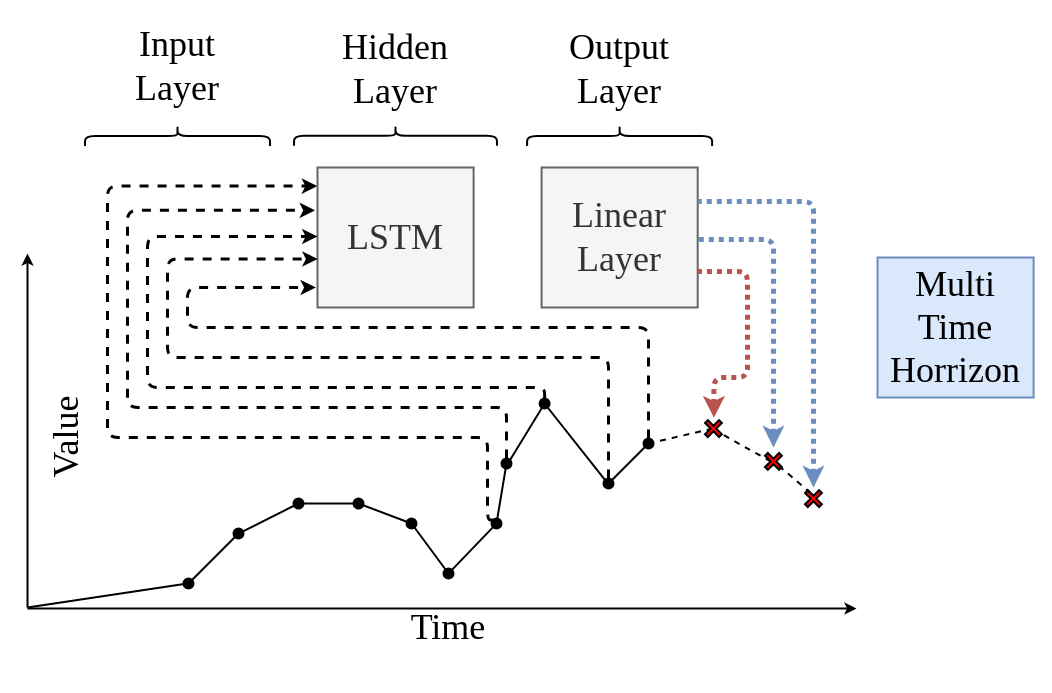
Above: akii/6_docu/model.drawio in OberMarco/OberMarco.github.io (draw.io), before the change. Source tidied: cells renumbered, new cells numbered last; positions are measured from the earlier drawing's top-left corner, leaving out a move shared by most shapes. Both pictures are drawn from the tidied source at 100%, with x=0, y=0 at pixel (-13, 17).
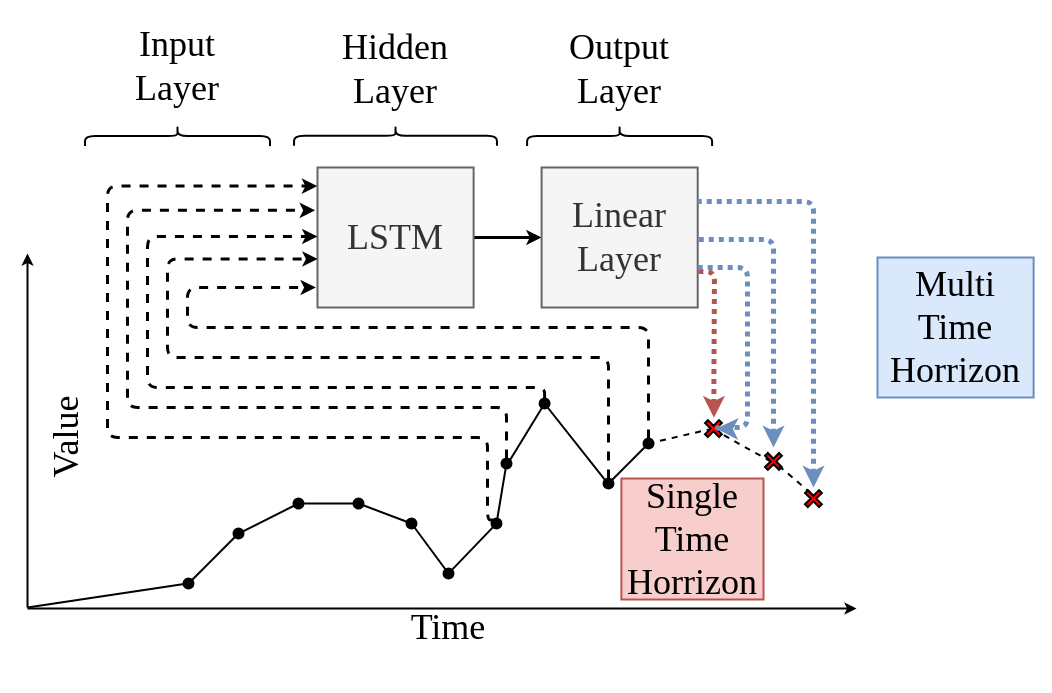
Above is the later version.

Unchanged cells that the change refers to:
```xml
<mxCell id="5" value="LSTM" style="text;align=center;verticalAlign=middle;rounded=0;fontFamily=Garamond;html=1;whiteSpace=wrap;fontSize=36;rotation=0;strokeWidth=2;fillColor=#f5f5f5;fontColor=#333333;strokeColor=#666666;" parent="1" vertex="1">
  <mxGeometry x="330" y="150" width="156.1" height="140" as="geometry" />
</mxCell>
<mxCell id="7" value="Linear Layer" style="text;align=center;verticalAlign=middle;rounded=0;fontFamily=Garamond;html=1;whiteSpace=wrap;fontSize=36;rotation=0;strokeWidth=2;fillColor=#f5f5f5;fontColor=#333333;strokeColor=#666666;" parent="1" vertex="1">
  <mxGeometry x="554.1" y="150" width="156.1" height="140" as="geometry" />
</mxCell>
<mxCell id="40" style="shape=cross;whiteSpace=wrap;html=1;rotation=-45;fillColor=#FF0000;fontFamily=Garamond;fontSize=36;strokeWidth=2;" parent="1" vertex="1">
  <mxGeometry x="716" y="401.2" width="19.9" height="19.8" as="geometry" />
</mxCell>
```

What changed in the source:
```diff
@@
+    <mxCell id="51" style="edgeStyle=none;html=1;strokeWidth=3;" parent="1" edge="1" source="5" target="7">
+      <mxGeometry relative="1" as="geometry" />
+    </mxCell>
@@
     <mxCell id="39" style="edgeStyle=orthogonalEdgeStyle;html=1;dashed=1;endArrow=none;endFill=0;startArrow=classic;startFill=1;strokeWidth=5;entryX=1;entryY=0.75;entryDx=0;entryDy=0;dashPattern=1 1;fillColor=#f8cecc;strokeColor=#b85450;exitX=0.9;exitY=0.132;exitDx=0;exitDy=0;exitPerimeter=0;" parent="1" edge="1" source="40">
       <mxGeometry relative="1" as="geometry">
         <mxPoint x="710.1" y="254" as="targetPoint" />
         <Array as="points">
-          <mxPoint x="726" y="360" />
-          <mxPoint x="760" y="360" />
-          <mxPoint x="760" y="254" />
+          <mxPoint x="727" y="360" />
+          <mxPoint x="727" y="360" />
+          <mxPoint x="727" y="254" />
         </Array>
       </mxGeometry>
     </mxCell>
@@
+    <mxCell id="52" value="Single Time Horrizon" style="text;align=center;verticalAlign=middle;rounded=0;fontFamily=Garamond;html=1;whiteSpace=wrap;fontSize=36;rotation=0;strokeWidth=2;fillColor=#f8cecc;strokeColor=#b85450;" parent="1" vertex="1">
+      <mxGeometry x="633.9" y="461" width="142.1" height="121" as="geometry" />
+    </mxCell>
+    <mxCell id="53" style="edgeStyle=orthogonalEdgeStyle;html=1;dashed=1;endArrow=none;endFill=0;startArrow=classic;startFill=1;strokeWidth=5;dashPattern=1 1;fillColor=#dae8fc;strokeColor=#6c8ebf;exitX=0;exitY=0;exitDx=11.941;exitDy=11.856000000000002;exitPerimeter=0;" parent="1" edge="1" source="40">
+      <mxGeometry relative="1" as="geometry">
+        <mxPoint x="710" y="250" as="targetPoint" />
+        <Array as="points">
+          <mxPoint x="730" y="411" />
+          <mxPoint x="730" y="410" />
+          <mxPoint x="760" y="410" />
+          <mxPoint x="760" y="250" />
+        </Array>
+      </mxGeometry>
+    </mxCell>
```
